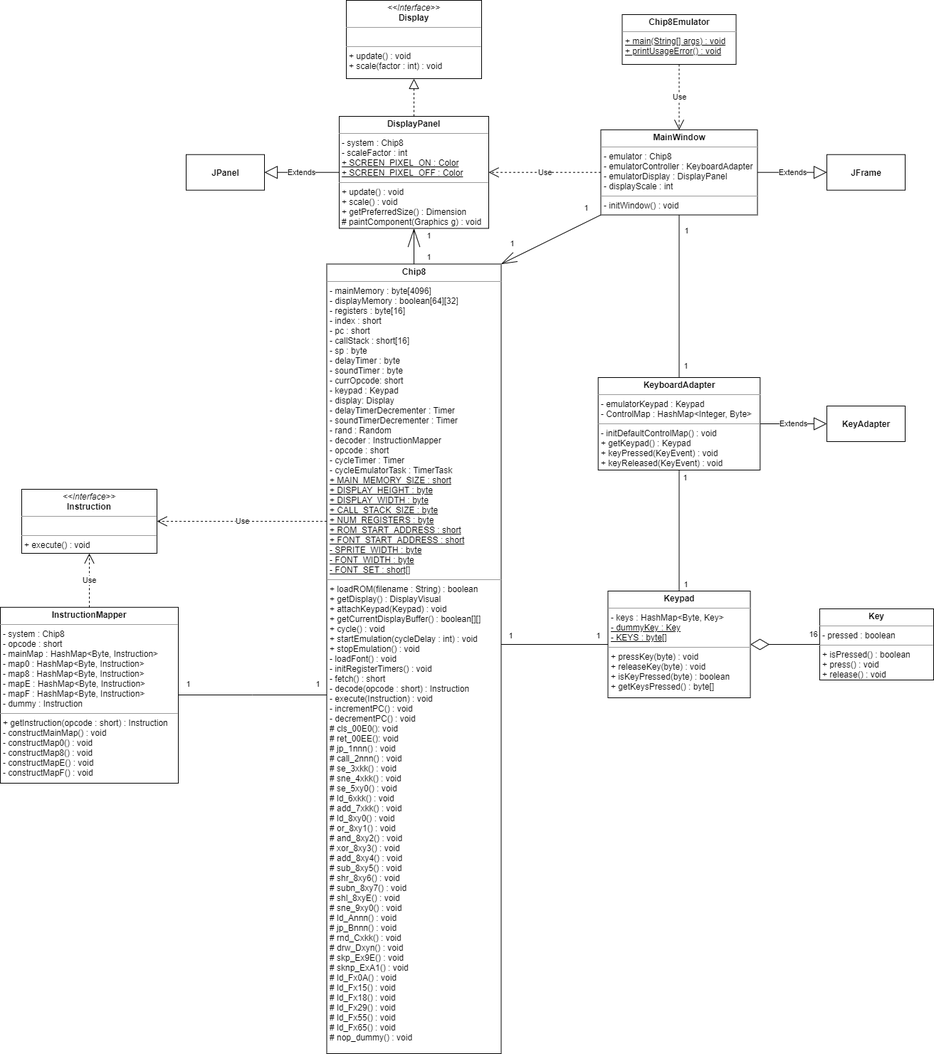
This is diagrams/ClassDiagram.png from Pokepeople02/Chip8, a draw.io export, as it was before one commit. Source tidied: cells renumbered, new cells last; positions are measured from the earlier drawing's top-left corner, leaving out a move shared by most shapes.
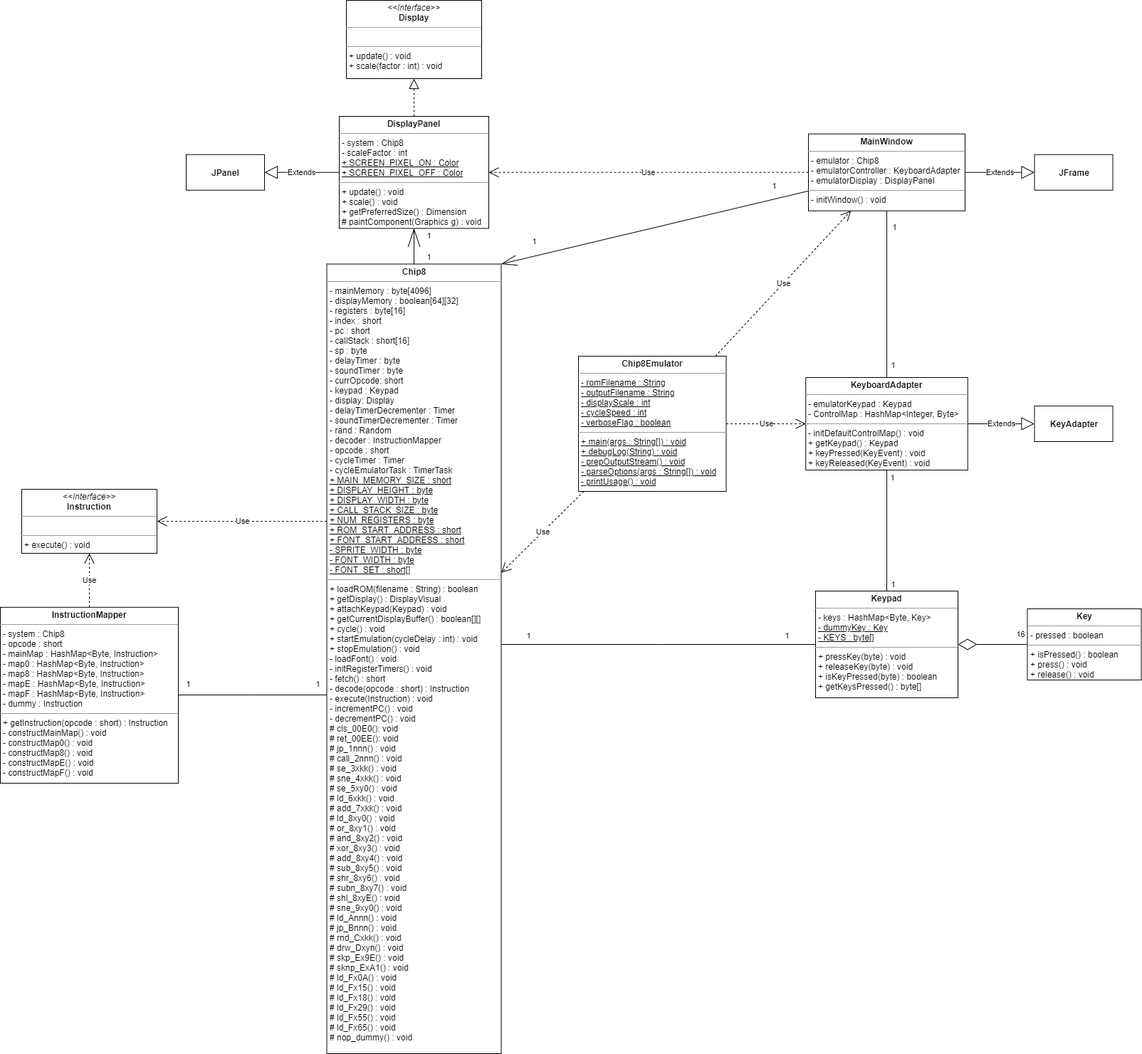
Above is the later version.

Commit message:
Added cmd option parsing methods and modifications to class diagram

Diff of the diagram source:
```diff
@@ -32,7 +32,7 @@
       </mxGeometry>
     </mxCell>
     <mxCell id="9" value="&lt;p style=&quot;margin: 0px ; margin-top: 4px ; text-align: center&quot;&gt;&lt;b&gt;Keypad&lt;/b&gt;&lt;/p&gt;&lt;hr size=&quot;1&quot;&gt;&lt;p style=&quot;margin: 0px ; margin-left: 4px&quot;&gt;- keys : HashMap&amp;lt;Byte, Key&amp;gt;&lt;/p&gt;&lt;p style=&quot;margin: 0px ; margin-left: 4px&quot;&gt;&lt;u&gt;- dummyKey : Key&lt;/u&gt;&lt;/p&gt;&lt;p style=&quot;margin: 0px ; margin-left: 4px&quot;&gt;&lt;u&gt;- KEYS : byte[]&lt;/u&gt;&lt;/p&gt;&lt;hr size=&quot;1&quot;&gt;&lt;p style=&quot;margin: 0px ; margin-left: 4px&quot;&gt;&lt;span&gt;+ pressKey(byte) : void&lt;/span&gt;&lt;br&gt;&lt;/p&gt;&lt;p style=&quot;margin: 0px ; margin-left: 4px&quot;&gt;&lt;span&gt;+ releaseKey(byte) : void&lt;/span&gt;&lt;/p&gt;&lt;p style=&quot;margin: 0px ; margin-left: 4px&quot;&gt;+ isKeyPressed(byte) : boolean&lt;/p&gt;&lt;p style=&quot;margin: 0px ; margin-left: 4px&quot;&gt;+ getKeysPressed() : byte[]&lt;/p&gt;" style="verticalAlign=top;align=left;overflow=fill;fontSize=12;fontFamily=Helvetica;html=1;" parent="1" vertex="1">
-      <mxGeometry x="853.5" y="830" width="200" height="150" as="geometry" />
+      <mxGeometry x="1145" y="830" width="200" height="150" as="geometry" />
     </mxCell>
     <mxCell id="10" value="&lt;p style=&quot;margin: 0px ; margin-top: 4px ; text-align: center&quot;&gt;&lt;b&gt;InstructionMapper&lt;/b&gt;&lt;/p&gt;&lt;hr size=&quot;1&quot;&gt;&lt;p style=&quot;margin: 0px ; margin-left: 4px&quot;&gt;- system : Chip8&lt;/p&gt;&lt;p style=&quot;margin: 0px ; margin-left: 4px&quot;&gt;- opcode : short&lt;br&gt;&lt;/p&gt;&lt;p style=&quot;margin: 0px ; margin-left: 4px&quot;&gt;&lt;span&gt;- mainMap : HashMap&amp;lt;Byte, Instruction&amp;gt;&lt;/span&gt;&lt;/p&gt;&lt;p style=&quot;margin: 0px ; margin-left: 4px&quot;&gt;&lt;span&gt;- map0 : HashMap&amp;lt;Byte,&amp;nbsp;&lt;/span&gt;Instruction&lt;span&gt;&amp;gt;&lt;/span&gt;&lt;/p&gt;&lt;p style=&quot;margin: 0px ; margin-left: 4px&quot;&gt;&lt;span&gt;- map8 : HashMap&amp;lt;Byte,&amp;nbsp;&lt;/span&gt;Instruction&lt;span&gt;&amp;gt;&lt;/span&gt;&lt;/p&gt;&lt;p style=&quot;margin: 0px ; margin-left: 4px&quot;&gt;&lt;span&gt;- mapE : HashMap&amp;lt;Byte,&amp;nbsp;&lt;/span&gt;Instruction&lt;span&gt;&amp;gt;&lt;/span&gt;&lt;/p&gt;&lt;p style=&quot;margin: 0px ; margin-left: 4px&quot;&gt;&lt;span&gt;- mapF : HashMap&amp;lt;Byte,&amp;nbsp;&lt;/span&gt;Instruction&lt;span&gt;&amp;gt;&lt;/span&gt;&lt;/p&gt;&lt;p style=&quot;margin: 0px ; margin-left: 4px&quot;&gt;&lt;span&gt;- dummy : Instruction&lt;/span&gt;&lt;/p&gt;&lt;hr size=&quot;1&quot;&gt;&lt;p style=&quot;margin: 0px ; margin-left: 4px&quot;&gt;+ getInstruction(opcode : short) : Instruction&lt;br&gt;&lt;/p&gt;&lt;p style=&quot;margin: 0px ; margin-left: 4px&quot;&gt;- constructMainMap() : void&lt;/p&gt;&lt;p style=&quot;margin: 0px ; margin-left: 4px&quot;&gt;- constructMap0() : void&lt;/p&gt;&lt;p style=&quot;margin: 0px ; margin-left: 4px&quot;&gt;- constructMap8() : void&lt;/p&gt;&lt;p style=&quot;margin: 0px ; margin-left: 4px&quot;&gt;- constructMapE() : void&lt;/p&gt;&lt;p style=&quot;margin: 0px ; margin-left: 4px&quot;&gt;- constructMapF() : void&lt;/p&gt;" style="verticalAlign=top;align=left;overflow=fill;fontSize=12;fontFamily=Helvetica;html=1;" parent="1" vertex="1">
       <mxGeometry y="852.8" width="250" height="247.2" as="geometry" />
@@ -43,7 +43,7 @@
     <mxCell id="12" value="&lt;p style=&quot;margin: 0px ; margin-top: 4px ; text-align: center&quot;&gt;&lt;i&gt;&amp;lt;&amp;lt;Interface&amp;gt;&amp;gt;&lt;/i&gt;&lt;br&gt;&lt;b&gt;Instruction&lt;/b&gt;&lt;/p&gt;&lt;hr size=&quot;1&quot;&gt;&lt;p style=&quot;margin: 0px ; margin-left: 4px&quot;&gt;&lt;br&gt;&lt;/p&gt;&lt;hr size=&quot;1&quot;&gt;&lt;p style=&quot;margin: 0px ; margin-left: 4px&quot;&gt;+ execute() : void&lt;/p&gt;" style="verticalAlign=top;align=left;overflow=fill;fontSize=12;fontFamily=Helvetica;html=1;" parent="1" vertex="1">
       <mxGeometry x="30" y="687" width="190" height="90" as="geometry" />
     </mxCell>
-    <mxCell id="13" style="rounded=0;jettySize=auto;html=1;endArrow=openThin;endFill=0;elbow=vertical;entryX=1;entryY=0;entryDx=0;entryDy=0;exitX=0;exitY=1;exitDx=0;exitDy=0;startArrow=none;startFill=0;startSize=20;endSize=20;" parent="1" edge="1" source="19" target="5">
+    <mxCell id="13" style="rounded=0;jettySize=auto;html=1;endArrow=openThin;endFill=0;elbow=vertical;entryX=1;entryY=0;entryDx=0;entryDy=0;startArrow=none;startFill=0;startSize=20;endSize=20;" parent="1" edge="1" source="19" target="5">
       <mxGeometry relative="1" as="geometry" />
     </mxCell>
     <mxCell id="14" value="1" style="edgeLabel;html=1;align=center;verticalAlign=middle;" parent="13" vertex="1">
@@ -69,8 +69,8 @@
         <mxPoint x="8.9" y="18.7" as="offset" />
       </mxGeometry>
     </mxCell>
-    <mxCell id="19" value="&lt;p style=&quot;margin: 0px ; margin-top: 4px ; text-align: center&quot;&gt;&lt;b&gt;MainWindow&lt;/b&gt;&lt;/p&gt;&lt;hr size=&quot;1&quot;&gt;&lt;p style=&quot;margin: 0px ; margin-left: 4px&quot;&gt;&lt;span&gt;- emulator : Chip8&lt;/span&gt;&lt;/p&gt;&lt;p style=&quot;margin: 0px ; margin-left: 4px&quot;&gt;&lt;span&gt;- emulatorController : KeyboardAdapter&lt;/span&gt;&lt;/p&gt;&lt;p style=&quot;margin: 0px ; margin-left: 4px&quot;&gt;&lt;span&gt;- emulatorDisplay : DisplayPanel&lt;/span&gt;&lt;/p&gt;&lt;p style=&quot;margin: 0px ; margin-left: 4px&quot;&gt;&lt;span&gt;- displayScale : int&lt;/span&gt;&lt;/p&gt;&lt;hr size=&quot;1&quot;&gt;&lt;p style=&quot;margin: 0px ; margin-left: 4px&quot;&gt;- initWindow() : void&lt;/p&gt;" style="verticalAlign=top;align=left;overflow=fill;fontSize=12;fontFamily=Helvetica;html=1;" parent="1" vertex="1">
-      <mxGeometry x="843.5" y="181.9" width="220" height="119.6" as="geometry" />
+    <mxCell id="19" value="&lt;p style=&quot;margin: 0px ; margin-top: 4px ; text-align: center&quot;&gt;&lt;b&gt;MainWindow&lt;/b&gt;&lt;/p&gt;&lt;hr size=&quot;1&quot;&gt;&lt;p style=&quot;margin: 0px ; margin-left: 4px&quot;&gt;&lt;span&gt;- emulator : Chip8&lt;/span&gt;&lt;/p&gt;&lt;p style=&quot;margin: 0px ; margin-left: 4px&quot;&gt;&lt;span&gt;- emulatorController : KeyboardAdapter&lt;/span&gt;&lt;/p&gt;&lt;p style=&quot;margin: 0px ; margin-left: 4px&quot;&gt;&lt;span&gt;- emulatorDisplay : DisplayPanel&lt;/span&gt;&lt;/p&gt;&lt;hr size=&quot;1&quot;&gt;&lt;p style=&quot;margin: 0px ; margin-left: 4px&quot;&gt;- initWindow() : void&lt;/p&gt;" style="verticalAlign=top;align=left;overflow=fill;fontSize=12;fontFamily=Helvetica;html=1;" parent="1" vertex="1">
+      <mxGeometry x="1135" y="187.7" width="220" height="108.1" as="geometry" />
     </mxCell>
     <mxCell id="20" value="&lt;p style=&quot;margin: 0px ; margin-top: 4px ; text-align: center&quot;&gt;&lt;b&gt;DisplayPanel&lt;/b&gt;&lt;/p&gt;&lt;hr size=&quot;1&quot;&gt;&lt;p style=&quot;margin: 0px ; margin-left: 4px&quot;&gt;- system : Chip8&lt;/p&gt;&lt;p style=&quot;margin: 0px ; margin-left: 4px&quot;&gt;- scaleFactor : int&lt;/p&gt;&lt;p style=&quot;margin: 0px ; margin-left: 4px&quot;&gt;&lt;u&gt;+ SCREEN_PIXEL_ON : Color&lt;/u&gt;&lt;br&gt;&lt;/p&gt;&lt;p style=&quot;margin: 0px ; margin-left: 4px&quot;&gt;&lt;u&gt;+ SCREEN_PIXEL_OFF : Color&lt;/u&gt;&lt;/p&gt;&lt;hr size=&quot;1&quot;&gt;&lt;p style=&quot;margin: 0px ; margin-left: 4px&quot;&gt;+ update() : void&lt;/p&gt;&lt;p style=&quot;margin: 0px ; margin-left: 4px&quot;&gt;+ scale() : void&lt;/p&gt;&lt;p style=&quot;margin: 0px ; margin-left: 4px&quot;&gt;+ getPreferredSize() : Dimension&lt;/p&gt;&lt;p style=&quot;margin: 0px ; margin-left: 4px&quot;&gt;# paintComponent(Graphics g) : void&lt;/p&gt;" style="verticalAlign=top;align=left;overflow=fill;fontSize=12;fontFamily=Helvetica;html=1;" parent="1" vertex="1">
       <mxGeometry x="476" y="163" width="210" height="157.4" as="geometry" />
@@ -91,10 +91,7 @@
         <mxPoint x="17" y="-5.4" as="offset" />
       </mxGeometry>
     </mxCell>
-    <mxCell id="25" value="&lt;p style=&quot;margin: 0px ; margin-top: 4px ; text-align: center&quot;&gt;&lt;b&gt;Chip8Emulator&lt;/b&gt;&lt;/p&gt;&lt;hr size=&quot;1&quot;&gt;&lt;p style=&quot;margin: 0px ; margin-left: 4px&quot;&gt;&lt;u&gt;+ main(String[] args) : void&lt;/u&gt;&lt;/p&gt;&lt;p style=&quot;margin: 0px ; margin-left: 4px&quot;&gt;&lt;u&gt;+ printUsageError() : void&lt;/u&gt;&lt;/p&gt;" style="verticalAlign=top;align=left;overflow=fill;fontSize=12;fontFamily=Helvetica;html=1;" parent="1" vertex="1">
-      <mxGeometry x="873.5" y="20" width="160" height="70" as="geometry" />
-    </mxCell>
-    <mxCell id="26" value="Use" style="endArrow=open;endSize=12;dashed=1;html=1;" parent="1" edge="1" source="25" target="19">
+    <mxCell id="26" value="Use" style="endArrow=open;endSize=12;dashed=1;html=1;" parent="1" edge="1" source="43" target="19">
       <mxGeometry relative="1" as="geometry" />
     </mxCell>
     <mxCell id="27" value="&lt;b&gt;JPanel&lt;/b&gt;" style="html=1;" parent="1" vertex="1">
@@ -120,22 +117,22 @@
       </mxGeometry>
     </mxCell>
     <mxCell id="33" value="&lt;p style=&quot;margin: 0px ; margin-top: 4px ; text-align: center&quot;&gt;&lt;b&gt;KeyboardAdapter&lt;/b&gt;&lt;/p&gt;&lt;hr size=&quot;1&quot;&gt;&lt;p style=&quot;margin: 0px ; margin-left: 4px&quot;&gt;- emulatorKeypad : Keypad&lt;/p&gt;&lt;p style=&quot;margin: 0px ; margin-left: 4px&quot;&gt;- ControlMap : HashMap&amp;lt;Integer, Byte&amp;gt;&lt;/p&gt;&lt;hr size=&quot;1&quot;&gt;&lt;p style=&quot;margin: 0px ; margin-left: 4px&quot;&gt;- initDefaultControlMap() : void&lt;/p&gt;&lt;p style=&quot;margin: 0px ; margin-left: 4px&quot;&gt;+ getKeypad() : Keypad&lt;/p&gt;&lt;p style=&quot;margin: 0px ; margin-left: 4px&quot;&gt;+ keyPressed(KeyEvent) : void&lt;/p&gt;&lt;p style=&quot;margin: 0px ; margin-left: 4px&quot;&gt;+ keyReleased(KeyEvent) : void&lt;/p&gt;" style="verticalAlign=top;align=left;overflow=fill;fontSize=12;fontFamily=Helvetica;html=1;" parent="1" vertex="1">
-      <mxGeometry x="839.8" y="530" width="227.5" height="130" as="geometry" />
+      <mxGeometry x="1131.2" y="530" width="227.5" height="130" as="geometry" />
     </mxCell>
     <mxCell id="34" value="KeyAdapter" style="html=1;fontStyle=1;" parent="1" vertex="1">
-      <mxGeometry x="1161" y="570" width="110" height="50" as="geometry" />
+      <mxGeometry x="1452.5" y="570" width="110" height="50" as="geometry" />
     </mxCell>
     <mxCell id="35" value="Extends" style="endArrow=block;endSize=16;endFill=0;html=1;" parent="1" edge="1" source="33" target="34">
       <mxGeometry relative="1" as="geometry" />
     </mxCell>
     <mxCell id="36" value="JFrame" style="html=1;fontStyle=1;" parent="1" vertex="1">
-      <mxGeometry x="1161" y="216.7" width="110" height="50" as="geometry" />
+      <mxGeometry x="1452.5" y="216.7" width="110" height="50" as="geometry" />
     </mxCell>
     <mxCell id="37" value="Extends" style="endArrow=block;endSize=16;endFill=0;html=1;" parent="1" edge="1" source="19" target="36">
       <mxGeometry relative="1" as="geometry" />
     </mxCell>
     <mxCell id="38" value="&lt;p style=&quot;margin: 0px ; margin-top: 4px ; text-align: center&quot;&gt;&lt;b&gt;Key&lt;/b&gt;&lt;/p&gt;&lt;hr size=&quot;1&quot;&gt;&lt;p style=&quot;margin: 0px ; margin-left: 4px&quot;&gt;- pressed : boolean&lt;/p&gt;&lt;hr size=&quot;1&quot;&gt;&lt;p style=&quot;margin: 0px ; margin-left: 4px&quot;&gt;&lt;span&gt;+ isPressed() : boolean&lt;/span&gt;&lt;br&gt;&lt;/p&gt;&lt;p style=&quot;margin: 0px ; margin-left: 4px&quot;&gt;+ press() : void&lt;span&gt;&lt;br&gt;&lt;/span&gt;&lt;/p&gt;&lt;p style=&quot;margin: 0px ; margin-left: 4px&quot;&gt;+ release() : void&lt;/p&gt;" style="verticalAlign=top;align=left;overflow=fill;fontSize=12;fontFamily=Helvetica;html=1;" parent="1" vertex="1">
-      <mxGeometry x="1151" y="855" width="160" height="100" as="geometry" />
+      <mxGeometry x="1442.5" y="855" width="160" height="100" as="geometry" />
     </mxCell>
     <mxCell id="39" style="endArrow=diamondThin;endFill=0;endSize=24;html=1;" parent="1" edge="1" source="38" target="9">
       <mxGeometry relative="1" as="geometry" />
@@ -151,5 +148,14 @@
     <mxCell id="42" style="endArrow=block;dashed=1;endFill=0;endSize=12;html=1;" parent="1" edge="1" source="20" target="41">
       <mxGeometry relative="1" as="geometry" />
     </mxCell>
+    <mxCell id="43" value="&lt;p style=&quot;margin: 0px ; margin-top: 4px ; text-align: center&quot;&gt;&lt;b&gt;Chip8Emulator&lt;/b&gt;&lt;br&gt;&lt;/p&gt;&lt;hr size=&quot;1&quot;&gt;&lt;p style=&quot;margin: 0px ; margin-left: 4px&quot;&gt;&lt;u&gt;- romFilename : String&lt;/u&gt;&lt;/p&gt;&lt;p style=&quot;margin: 0px ; margin-left: 4px&quot;&gt;&lt;u&gt;- outputFilename : String&lt;/u&gt;&lt;/p&gt;&lt;p style=&quot;margin: 0px ; margin-left: 4px&quot;&gt;&lt;u&gt;- displayScale : int&lt;/u&gt;&lt;/p&gt;&lt;p style=&quot;margin: 0px ; margin-left: 4px&quot;&gt;&lt;u&gt;- cycleSpeed : int&lt;/u&gt;&lt;/p&gt;&lt;p style=&quot;margin: 0px ; margin-left: 4px&quot;&gt;&lt;u&gt;- verboseFlag : boolean&lt;/u&gt;&lt;/p&gt;&lt;hr size=&quot;1&quot;&gt;&lt;p style=&quot;margin: 0px ; margin-left: 4px&quot;&gt;&lt;u&gt;+ main(args : String[]) : void&lt;/u&gt;&lt;br&gt;&lt;/p&gt;&lt;p style=&quot;margin: 0px ; margin-left: 4px&quot;&gt;&lt;u&gt;+ debugLog(String) : void&lt;/u&gt;&lt;/p&gt;&lt;p style=&quot;margin: 0px ; margin-left: 4px&quot;&gt;&lt;u&gt;- prepOutputStream() : void&lt;/u&gt;&lt;/p&gt;&lt;p style=&quot;margin: 0px ; margin-left: 4px&quot;&gt;&lt;u&gt;- parseOptions(args : String[]) : void&lt;/u&gt;&lt;/p&gt;&lt;p style=&quot;margin: 0px ; margin-left: 4px&quot;&gt;&lt;u&gt;- printUsage() : void&lt;/u&gt;&lt;/p&gt;" style="verticalAlign=top;align=left;overflow=fill;fontSize=12;fontFamily=Helvetica;html=1;" parent="1" vertex="1">
+      <mxGeometry x="812" y="500" width="207.5" height="190" as="geometry" />
+    </mxCell>
+    <mxCell id="44" value="Use" style="endArrow=open;endSize=12;dashed=1;html=1;" parent="1" edge="1" source="43" target="33">
+      <mxGeometry relative="1" as="geometry" />
+    </mxCell>
+    <mxCell id="45" value="Use" style="endArrow=open;endSize=12;dashed=1;html=1;" parent="1" edge="1" source="43" target="5">
+      <mxGeometry relative="1" as="geometry" />
+    </mxCell>
   </root>
 </mxGraphModel>
```
